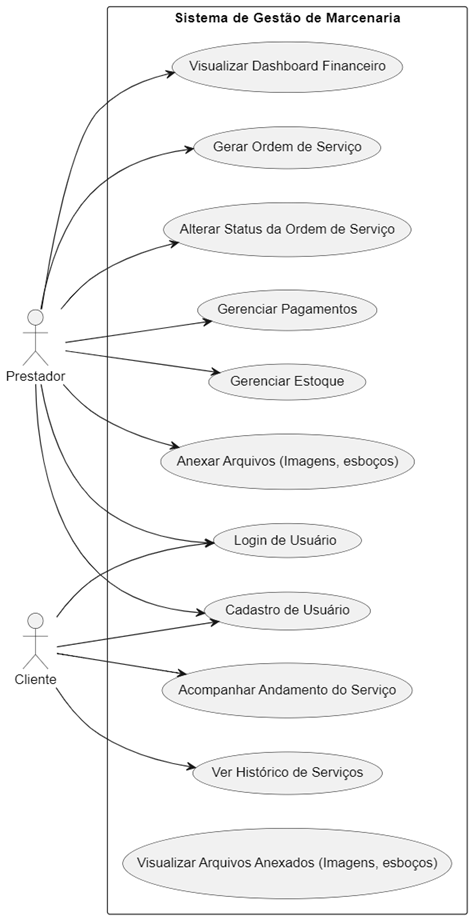
willsf2021/Projeto-Integrador-2-SEM keeps this PlantUML diagram as docs/diagrams/useCase/usecases.png. Above is the earlier version. Its source is kept beside it as docs/diagrams/useCase/usecases.plantuml.
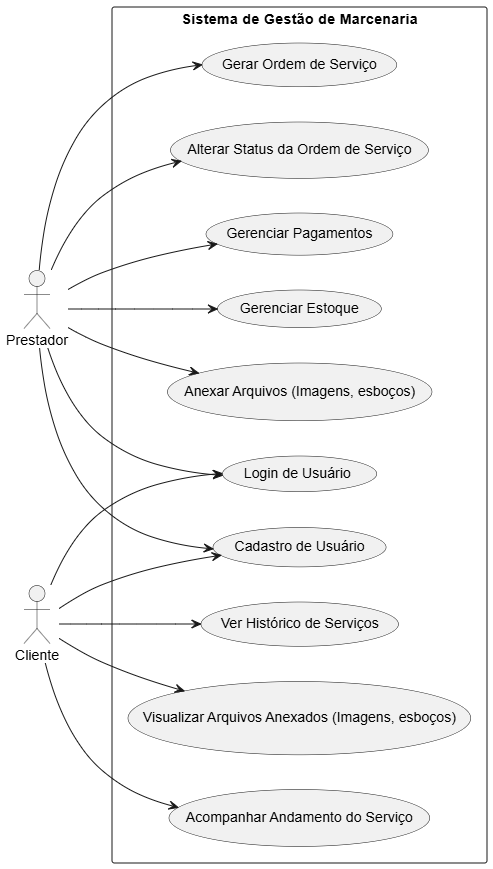
After the commit.

Diff of the diagram source:
```diff
@@ -16,7 +16,7 @@
   usecase "Anexar Arquivos (Imagens, esboços)" as UC07
   usecase "Acompanhar Andamento do Serviço" as UC08
   usecase "Ver Histórico de Serviços" as UC09
-  usecase "Visualizar Dashboard Financeiro" as UC10
+
   usecase "Visualizar Arquivos Anexados (Imagens, esboços)" as UC11
 }
 
@@ -27,7 +27,6 @@
 Prestador --> UC05
 Prestador --> UC06
 Prestador --> UC07
-Prestador --> UC10
 
 
 Cliente --> UC01
```
